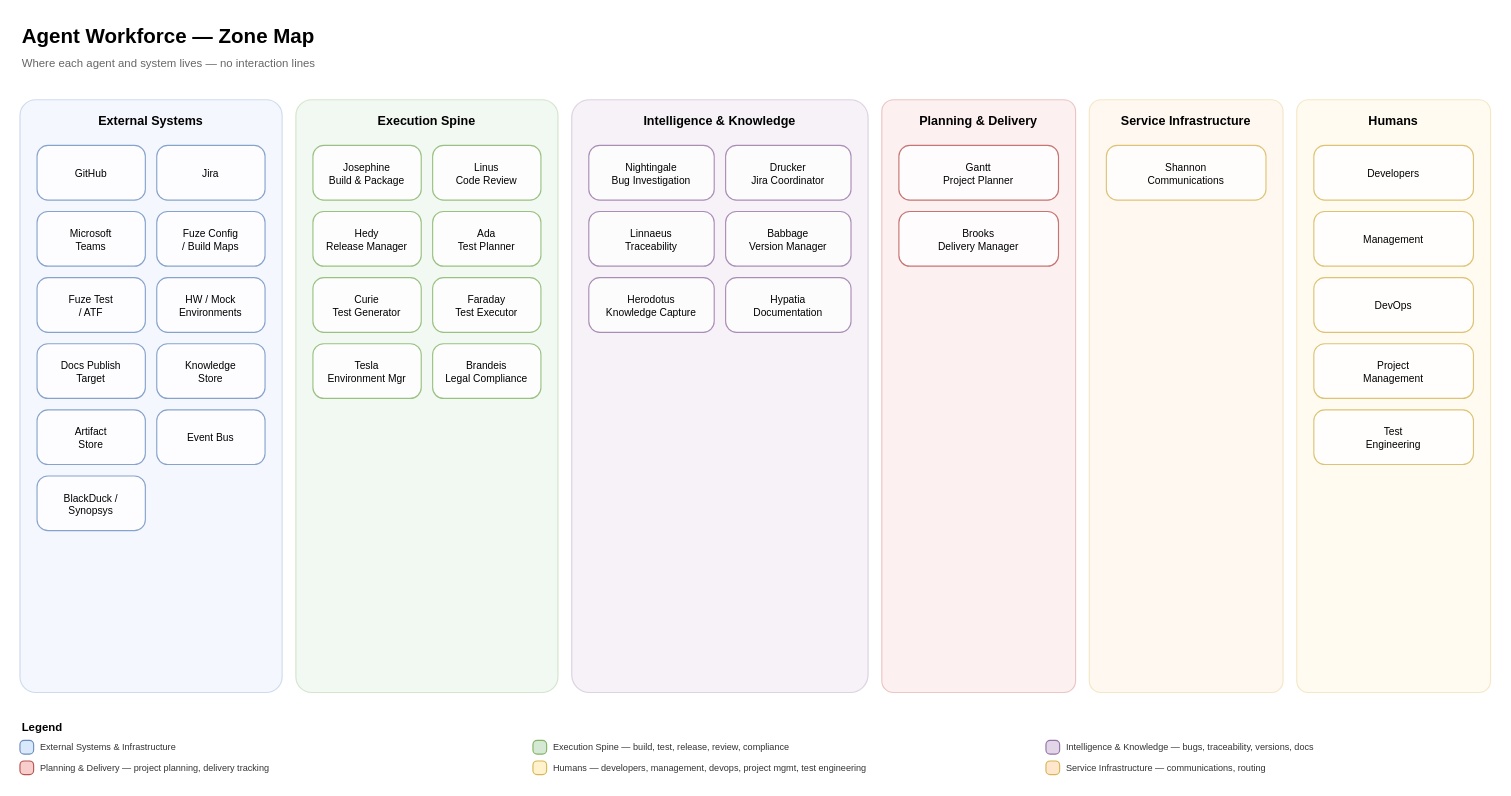
The draw.io diagram docs/diagrams/workforce/AGENT_ZONE_MAP.drawio in jmac-cornelis/agent-workforce, before the edit. Source tidied: cells renumbered, new cells numbered last; positions are measured from the earlier drawing's top-left corner, leaving out a move shared by most shapes. Both pictures are drawn from the tidied source at 114%, with x=0, y=0 at pixel (19, 19).
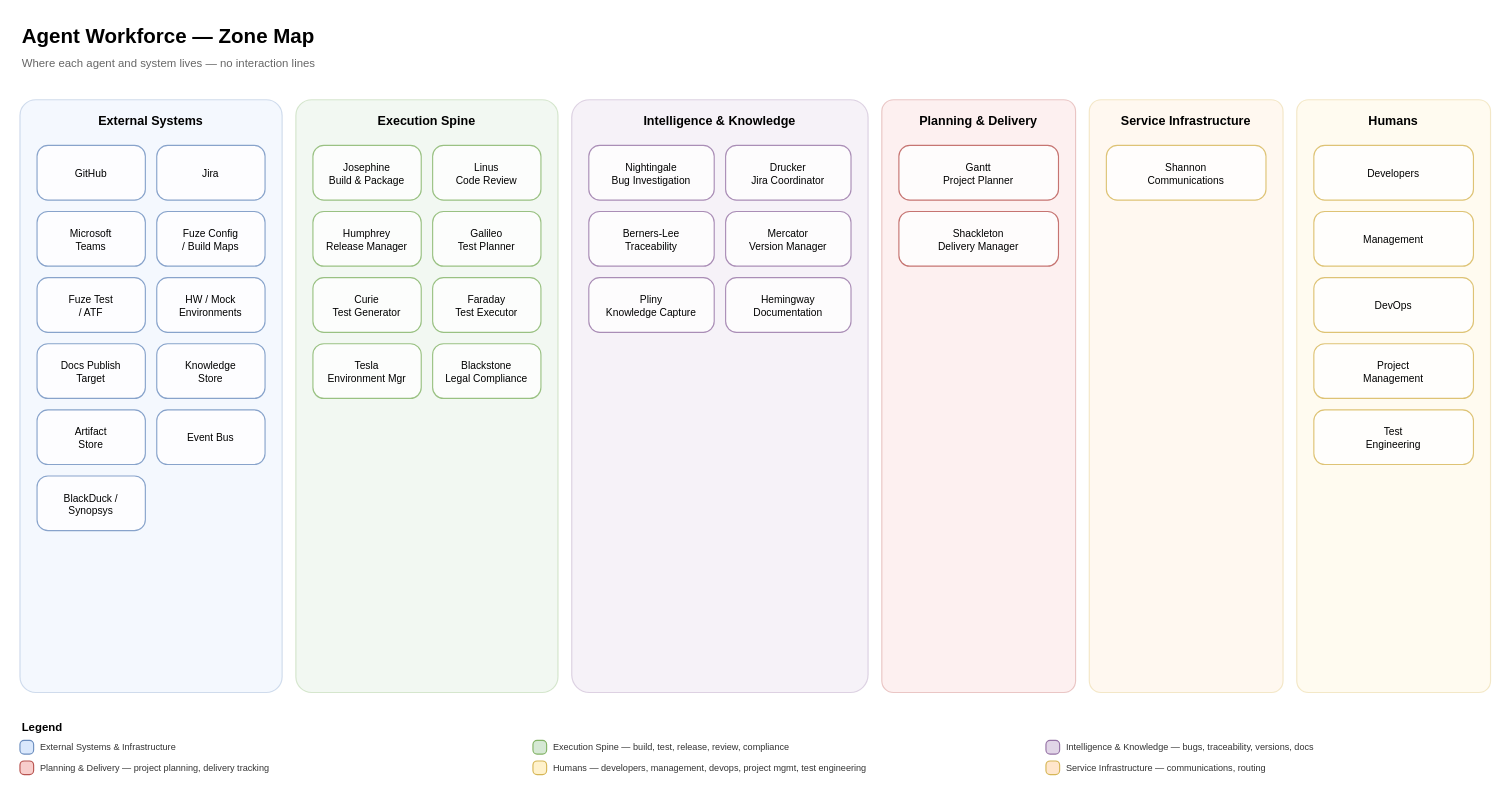
After the change.

Change to the diagram source:
```diff
@@
-    <mxCell id="19" value="Hedy&#10;Release Manager" style="rounded=1;whiteSpace=wrap;fontSize=9;verticalAlign=middle;arcSize=20;fillColor=#ffffff;strokeColor=#82b366;opacity=80;spacingTop=2;spacingLeft=4;spacingRight=4;align=center;" parent="1" vertex="1">
+    <mxCell id="19" value="Humphrey&#10;Release Manager" style="rounded=1;whiteSpace=wrap;fontSize=9;verticalAlign=middle;arcSize=20;fillColor=#ffffff;strokeColor=#82b366;opacity=80;spacingTop=2;spacingLeft=4;spacingRight=4;align=center;" parent="1" vertex="1">
       <mxGeometry x="257" y="168" width="95" height="48" as="geometry" />
     </mxCell>
-    <mxCell id="20" value="Ada&#10;Test Planner" style="rounded=1;whiteSpace=wrap;fontSize=9;verticalAlign=middle;arcSize=20;fillColor=#ffffff;strokeColor=#82b366;opacity=80;spacingTop=2;spacingLeft=4;spacingRight=4;align=center;" parent="1" vertex="1">
+    <mxCell id="20" value="Galileo&#10;Test Planner" style="rounded=1;whiteSpace=wrap;fontSize=9;verticalAlign=middle;arcSize=20;fillColor=#ffffff;strokeColor=#82b366;opacity=80;spacingTop=2;spacingLeft=4;spacingRight=4;align=center;" parent="1" vertex="1">
       <mxGeometry x="362" y="168" width="95" height="48" as="geometry" />
     </mxCell>
@@
-    <mxCell id="24" value="Brandeis&#10;Legal Compliance" style="rounded=1;whiteSpace=wrap;fontSize=9;verticalAlign=middle;arcSize=20;fillColor=#ffffff;strokeColor=#82b366;opacity=80;spacingTop=2;spacingLeft=4;spacingRight=4;align=center;" parent="1" vertex="1">
+    <mxCell id="24" value="Blackstone&#10;Legal Compliance" style="rounded=1;whiteSpace=wrap;fontSize=9;verticalAlign=middle;arcSize=20;fillColor=#ffffff;strokeColor=#82b366;opacity=80;spacingTop=2;spacingLeft=4;spacingRight=4;align=center;" parent="1" vertex="1">
       <mxGeometry x="362" y="284" width="95" height="48" as="geometry" />
     </mxCell>
@@
-    <mxCell id="28" value="Linnaeus&#10;Traceability" style="rounded=1;whiteSpace=wrap;fontSize=9;verticalAlign=middle;arcSize=20;fillColor=#ffffff;strokeColor=#9673a6;opacity=80;spacingTop=2;spacingLeft=4;spacingRight=4;align=center;" parent="1" vertex="1">
+    <mxCell id="28" value="Berners-Lee&#10;Traceability" style="rounded=1;whiteSpace=wrap;fontSize=9;verticalAlign=middle;arcSize=20;fillColor=#ffffff;strokeColor=#9673a6;opacity=80;spacingTop=2;spacingLeft=4;spacingRight=4;align=center;" parent="1" vertex="1">
       <mxGeometry x="499" y="168" width="110" height="48" as="geometry" />
     </mxCell>
-    <mxCell id="29" value="Babbage&#10;Version Manager" style="rounded=1;whiteSpace=wrap;fontSize=9;verticalAlign=middle;arcSize=20;fillColor=#ffffff;strokeColor=#9673a6;opacity=80;spacingTop=2;spacingLeft=4;spacingRight=4;align=center;" parent="1" vertex="1">
+    <mxCell id="29" value="Mercator&#10;Version Manager" style="rounded=1;whiteSpace=wrap;fontSize=9;verticalAlign=middle;arcSize=20;fillColor=#ffffff;strokeColor=#9673a6;opacity=80;spacingTop=2;spacingLeft=4;spacingRight=4;align=center;" parent="1" vertex="1">
       <mxGeometry x="619" y="168" width="110" height="48" as="geometry" />
     </mxCell>
-    <mxCell id="30" value="Herodotus&#10;Knowledge Capture" style="rounded=1;whiteSpace=wrap;fontSize=9;verticalAlign=middle;arcSize=20;fillColor=#ffffff;strokeColor=#9673a6;opacity=80;spacingTop=2;spacingLeft=4;spacingRight=4;align=center;" parent="1" vertex="1">
+    <mxCell id="30" value="Pliny&#10;Knowledge Capture" style="rounded=1;whiteSpace=wrap;fontSize=9;verticalAlign=middle;arcSize=20;fillColor=#ffffff;strokeColor=#9673a6;opacity=80;spacingTop=2;spacingLeft=4;spacingRight=4;align=center;" parent="1" vertex="1">
       <mxGeometry x="499" y="226" width="110" height="48" as="geometry" />
     </mxCell>
-    <mxCell id="31" value="Hypatia&#10;Documentation" style="rounded=1;whiteSpace=wrap;fontSize=9;verticalAlign=middle;arcSize=20;fillColor=#ffffff;strokeColor=#9673a6;opacity=80;spacingTop=2;spacingLeft=4;spacingRight=4;align=center;" parent="1" vertex="1">
+    <mxCell id="31" value="Hemingway&#10;Documentation" style="rounded=1;whiteSpace=wrap;fontSize=9;verticalAlign=middle;arcSize=20;fillColor=#ffffff;strokeColor=#9673a6;opacity=80;spacingTop=2;spacingLeft=4;spacingRight=4;align=center;" parent="1" vertex="1">
       <mxGeometry x="619" y="226" width="110" height="48" as="geometry" />
     </mxCell>
@@
-    <mxCell id="34" value="Brooks&#10;Delivery Manager" style="rounded=1;whiteSpace=wrap;fontSize=9;verticalAlign=middle;arcSize=20;fillColor=#ffffff;strokeColor=#b85450;opacity=80;spacingTop=2;spacingLeft=4;spacingRight=4;align=center;" parent="1" vertex="1">
+    <mxCell id="34" value="Shackleton&#10;Delivery Manager" style="rounded=1;whiteSpace=wrap;fontSize=9;verticalAlign=middle;arcSize=20;fillColor=#ffffff;strokeColor=#b85450;opacity=80;spacingTop=2;spacingLeft=4;spacingRight=4;align=center;" parent="1" vertex="1">
       <mxGeometry x="771" y="168" width="140" height="48" as="geometry" />
     </mxCell>
```
